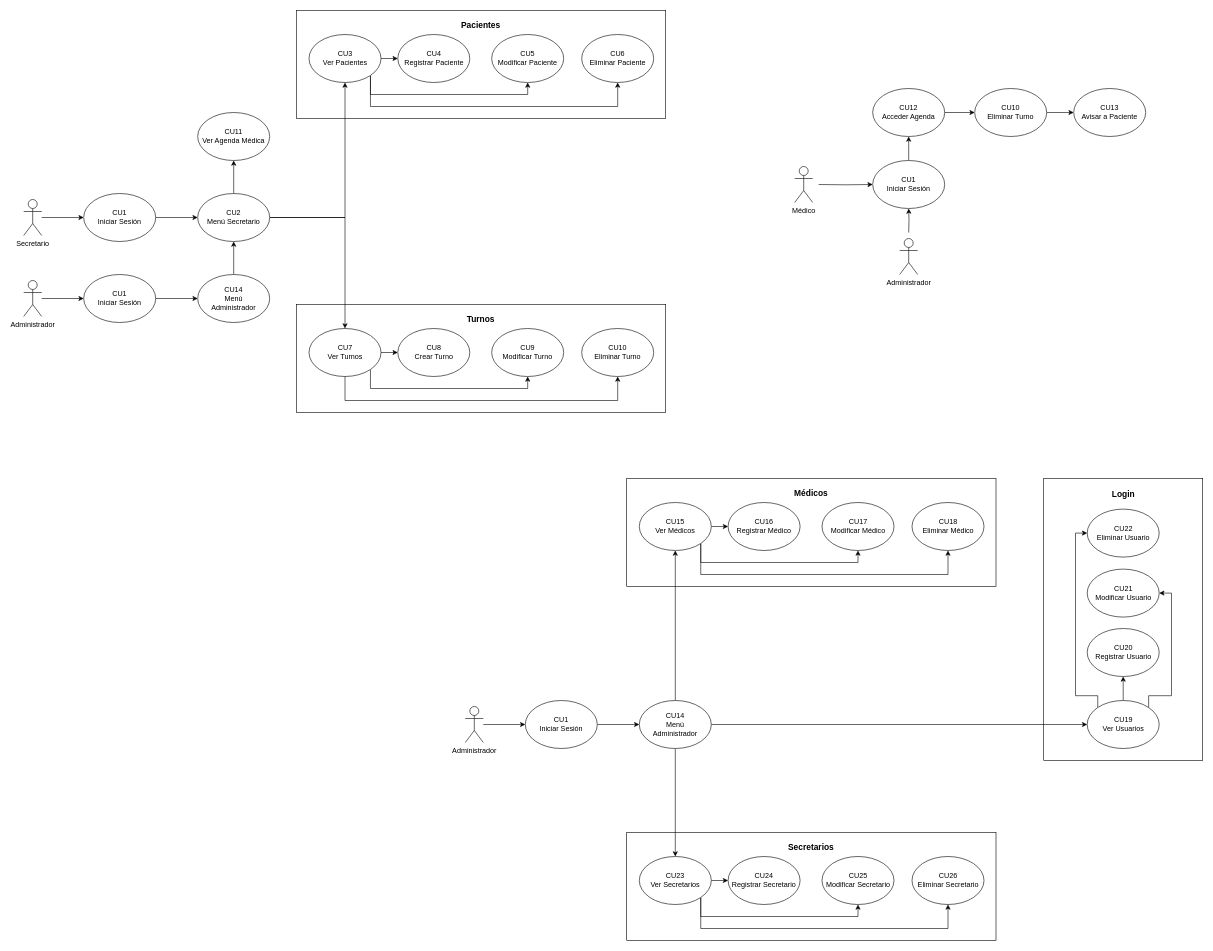
The draw.io diagram Documentos/Diagrama Casos de Usos.drawio in JBBallini/Policonsultorio-Medico, before the edit. Source tidied: cells renumbered, new cells numbered last; positions are measured from the earlier drawing's top-left corner, leaving out a move shared by most shapes. Both pictures are drawn from the tidied source at 60%, with x=0, y=0 at pixel (23, 10).
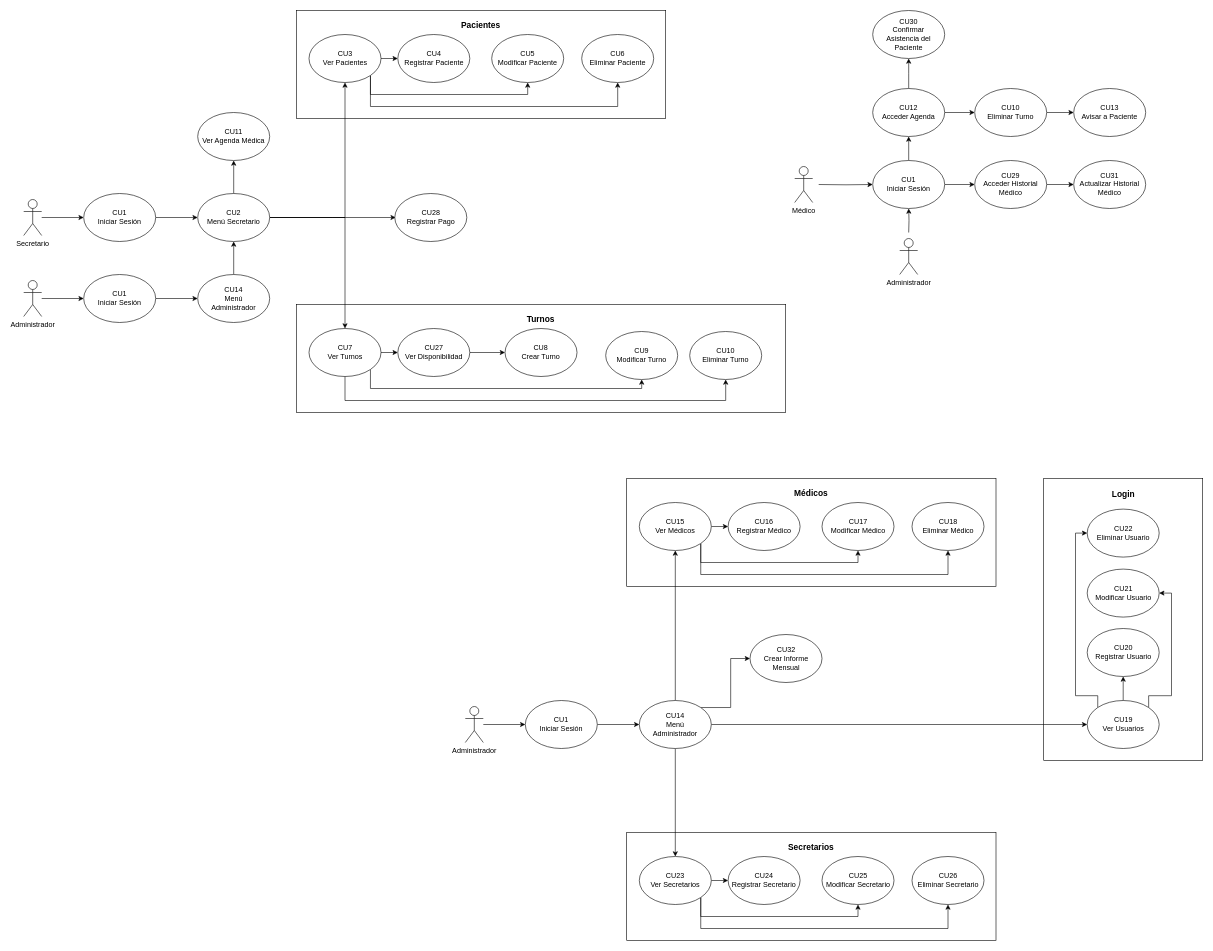
The same diagram, later.

The change refers to these unchanged cells:
```xml
<mxCell id="30" style="ellipse;whiteSpace=wrap;html=1;" parent="1" vertex="1">
  <mxGeometry x="1415" y="250" width="120" height="80" as="geometry" />
</mxCell>
<mxCell id="33" style="ellipse;whiteSpace=wrap;html=1;" parent="1" vertex="1">
  <mxGeometry x="1415" y="130" width="120" height="80" as="geometry" />
</mxCell>
<mxCell id="57" style="ellipse;whiteSpace=wrap;html=1;" parent="1" vertex="1">
  <mxGeometry x="290" y="305" width="120" height="80" as="geometry" />
</mxCell>
<mxCell id="59" style="ellipse;whiteSpace=wrap;html=1;" parent="1" vertex="1">
  <mxGeometry x="623.5" y="530" width="120" height="80" as="geometry" />
</mxCell>
<mxCell id="68" style="ellipse;whiteSpace=wrap;html=1;" parent="1" vertex="1">
  <mxGeometry x="475.5" y="530" width="120" height="80" as="geometry" />
</mxCell>
<mxCell id="92" style="ellipse;whiteSpace=wrap;html=1;" parent="1" vertex="1">
  <mxGeometry x="1026" y="1150" width="120" height="80" as="geometry" />
</mxCell>
```

The edit, as a diff of the source:
```diff
@@
     <mxCell id="3" style="rounded=0;whiteSpace=wrap;html=1;" parent="1" vertex="1">
-      <mxGeometry x="454.5" y="490" width="615.5" height="180" as="geometry" />
+      <mxGeometry x="454.5" y="490" width="815.5" height="180" as="geometry" />
     </mxCell>
@@
+    <mxCell id="112" style="edgeStyle=orthogonalEdgeStyle;rounded=0;jettySize=auto;html=1;exitX=1;exitY=0.5;exitDx=0;exitDy=0;entryX=0;entryY=0.5;entryDx=0;entryDy=0;" parent="1" edge="1" source="30" target="122">
+      <mxGeometry relative="1" as="geometry" />
+    </mxCell>
@@
+    <mxCell id="113" style="edgeStyle=orthogonalEdgeStyle;rounded=0;jettySize=auto;html=1;exitX=0.5;exitY=0;exitDx=0;exitDy=0;" parent="1" edge="1" source="33">
+      <mxGeometry relative="1" as="geometry">
+        <mxPoint x="1475" y="80" as="targetPoint" />
+      </mxGeometry>
+    </mxCell>
@@
+    <mxCell id="114" style="edgeStyle=orthogonalEdgeStyle;rounded=0;jettySize=auto;html=1;exitX=1;exitY=0.5;exitDx=0;exitDy=0;" parent="1" edge="1" source="57">
+      <mxGeometry relative="1" as="geometry">
+        <mxPoint x="620" y="345" as="targetPoint" />
+      </mxGeometry>
+    </mxCell>
@@
+    <mxCell id="115" style="edgeStyle=orthogonalEdgeStyle;rounded=0;jettySize=auto;html=1;exitX=1;exitY=0.5;exitDx=0;exitDy=0;entryX=0;entryY=0.5;entryDx=0;entryDy=0;" parent="1" edge="1" source="59" target="117">
+      <mxGeometry relative="1" as="geometry" />
+    </mxCell>
@@
-    <mxCell id="60" value="CU8&lt;br&gt;Crear Turno" style="text;html=1;align=center;verticalAlign=middle;whiteSpace=wrap;rounded=0;" parent="1" vertex="1">
+    <mxCell id="60" value="CU27&lt;br&gt;Ver Disponibilidad" style="text;html=1;align=center;verticalAlign=middle;whiteSpace=wrap;rounded=0;" parent="1" vertex="1">
       <mxGeometry x="628.5" y="555" width="110" height="30" as="geometry" />
     </mxCell>
     <mxCell id="61" style="ellipse;whiteSpace=wrap;html=1;" parent="1" vertex="1">
-      <mxGeometry x="780" y="530" width="120" height="80" as="geometry" />
+      <mxGeometry x="970" y="535" width="120" height="80" as="geometry" />
     </mxCell>
     <mxCell id="62" value="CU9&lt;br&gt;Modificar Turno" style="text;html=1;align=center;verticalAlign=middle;whiteSpace=wrap;rounded=0;" parent="1" vertex="1">
-      <mxGeometry x="785" y="555" width="110" height="30" as="geometry" />
+      <mxGeometry x="975" y="560" width="110" height="30" as="geometry" />
     </mxCell>
     <mxCell id="63" style="ellipse;whiteSpace=wrap;html=1;" parent="1" vertex="1">
-      <mxGeometry x="930" y="530" width="120" height="80" as="geometry" />
+      <mxGeometry x="1110" y="535" width="120" height="80" as="geometry" />
     </mxCell>
     <mxCell id="64" value="CU10&lt;br&gt;Eliminar Turno" style="text;html=1;align=center;verticalAlign=middle;whiteSpace=wrap;rounded=0;" parent="1" vertex="1">
-      <mxGeometry x="935" y="555" width="110" height="30" as="geometry" />
+      <mxGeometry x="1115" y="560" width="110" height="30" as="geometry" />
     </mxCell>
@@
     <mxCell id="66" style="edgeStyle=orthogonalEdgeStyle;rounded=0;jettySize=auto;html=1;exitX=1;exitY=1;exitDx=0;exitDy=0;entryX=0.5;entryY=1;entryDx=0;entryDy=0;" parent="1" edge="1" source="68" target="61">
       <mxGeometry relative="1" as="geometry">
         <Array as="points">
           <mxPoint x="578" y="630" />
-          <mxPoint x="840" y="630" />
+          <mxPoint x="1030" y="630" />
         </Array>
       </mxGeometry>
     </mxCell>
     <mxCell id="67" style="edgeStyle=orthogonalEdgeStyle;rounded=0;jettySize=auto;html=1;exitX=0.5;exitY=1;exitDx=0;exitDy=0;entryX=0.5;entryY=1;entryDx=0;entryDy=0;" parent="1" edge="1" source="68" target="63">
       <mxGeometry relative="1" as="geometry">
         <Array as="points">
           <mxPoint x="536" y="650" />
-          <mxPoint x="990" y="650" />
+          <mxPoint x="1170" y="650" />
         </Array>
       </mxGeometry>
     </mxCell>
@@
     <mxCell id="70" value="&lt;b&gt;&lt;font style=&quot;font-size: 14px;&quot;&gt;Turnos&lt;/font&gt;&lt;/b&gt;" style="text;html=1;align=center;verticalAlign=middle;whiteSpace=wrap;rounded=0;" parent="1" vertex="1">
-      <mxGeometry x="722.2" y="500" width="80" height="30" as="geometry" />
+      <mxGeometry x="822.2" y="500" width="80" height="30" as="geometry" />
     </mxCell>
@@
+    <mxCell id="116" style="edgeStyle=orthogonalEdgeStyle;rounded=0;jettySize=auto;html=1;exitX=1;exitY=0;exitDx=0;exitDy=0;entryX=0;entryY=0.5;entryDx=0;entryDy=0;" parent="1" edge="1" source="92" target="128">
+      <mxGeometry relative="1" as="geometry" />
+    </mxCell>
@@
+    <mxCell id="117" style="ellipse;whiteSpace=wrap;html=1;" parent="1" vertex="1">
+      <mxGeometry x="802.2" y="530" width="120" height="80" as="geometry" />
+    </mxCell>
+    <mxCell id="118" value="CU8&lt;br&gt;Crear Turno" style="text;html=1;align=center;verticalAlign=middle;whiteSpace=wrap;rounded=0;" parent="1" vertex="1">
+      <mxGeometry x="807.2" y="555" width="110" height="30" as="geometry" />
+    </mxCell>
+    <mxCell id="119" style="ellipse;whiteSpace=wrap;html=1;" parent="1" vertex="1">
+      <mxGeometry x="618.5" y="305" width="120" height="80" as="geometry" />
+    </mxCell>
+    <mxCell id="120" value="CU28&lt;br&gt;Registrar Pago" style="text;html=1;align=center;verticalAlign=middle;whiteSpace=wrap;rounded=0;" parent="1" vertex="1">
+      <mxGeometry x="623.5" y="330" width="110" height="30" as="geometry" />
+    </mxCell>
+    <mxCell id="121" style="edgeStyle=orthogonalEdgeStyle;rounded=0;jettySize=auto;html=1;exitX=1;exitY=0.5;exitDx=0;exitDy=0;entryX=0;entryY=0.5;entryDx=0;entryDy=0;" parent="1" edge="1" source="122" target="126">
+      <mxGeometry relative="1" as="geometry" />
+    </mxCell>
+    <mxCell id="122" style="ellipse;whiteSpace=wrap;html=1;" parent="1" vertex="1">
+      <mxGeometry x="1585" y="250" width="120" height="80" as="geometry" />
+    </mxCell>
+    <mxCell id="123" value="CU29&lt;br&gt;Acceder Historial Médico" style="text;html=1;align=center;verticalAlign=middle;whiteSpace=wrap;rounded=0;" parent="1" vertex="1">
+      <mxGeometry x="1590" y="274" width="110" height="30" as="geometry" />
+    </mxCell>
+    <mxCell id="124" style="ellipse;whiteSpace=wrap;html=1;" parent="1" vertex="1">
+      <mxGeometry x="1415" width="120" height="80" as="geometry" />
+    </mxCell>
+    <mxCell id="125" value="CU30&lt;br&gt;Confirmar Asistencia del Paciente" style="text;html=1;align=center;verticalAlign=middle;whiteSpace=wrap;rounded=0;" parent="1" vertex="1">
+      <mxGeometry x="1425" y="25" width="100" height="30" as="geometry" />
+    </mxCell>
+    <mxCell id="126" style="ellipse;whiteSpace=wrap;html=1;" parent="1" vertex="1">
+      <mxGeometry x="1750" y="250" width="120" height="80" as="geometry" />
+    </mxCell>
+    <mxCell id="127" value="CU31&lt;br&gt;Actualizar Historial Médico" style="text;html=1;align=center;verticalAlign=middle;whiteSpace=wrap;rounded=0;" parent="1" vertex="1">
+      <mxGeometry x="1755" y="274" width="110" height="30" as="geometry" />
+    </mxCell>
+    <mxCell id="128" style="ellipse;whiteSpace=wrap;html=1;" parent="1" vertex="1">
+      <mxGeometry x="1210.5" y="1040" width="120" height="80" as="geometry" />
+    </mxCell>
+    <mxCell id="129" value="CU32&lt;br&gt;Crear Informe Mensual" style="text;html=1;align=center;verticalAlign=middle;whiteSpace=wrap;rounded=0;" parent="1" vertex="1">
+      <mxGeometry x="1220.5" y="1065" width="100" height="30" as="geometry" />
+    </mxCell>
```
